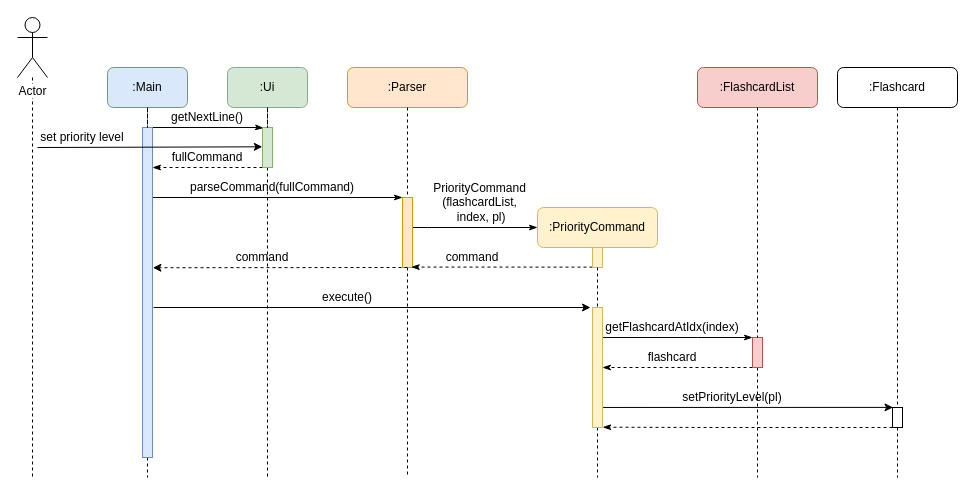
Before: docs/images/setPriorityLevelSequenceDiagram.drawio in sliu107/tp, a draw.io diagram. Source tidied: cells renumbered, new cells numbered last; positions are measured from the earlier drawing's top-left corner, leaving out a move shared by most shapes. Both pictures are drawn from the tidied source at 100%, with x=0, y=0 at pixel (17, 17).
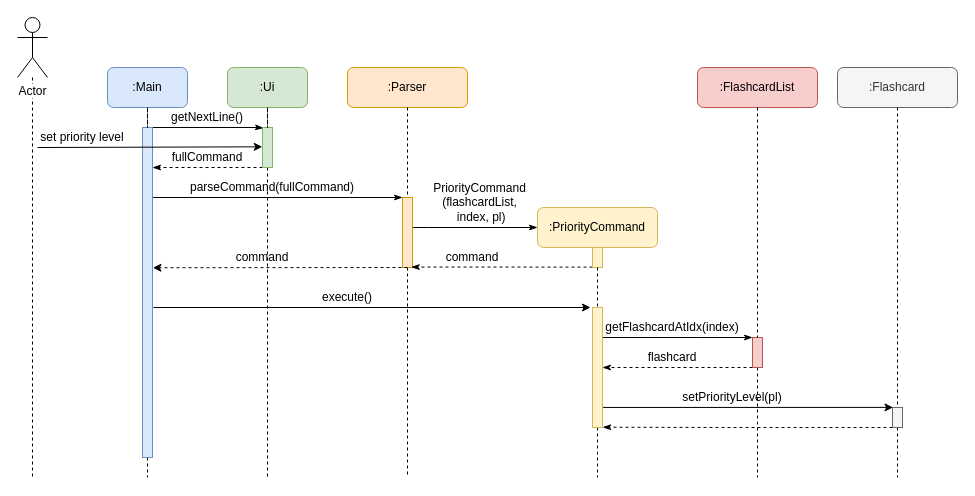
Above is the later version.

Commit message (it also covers changes not shown here):
Add colour to Flashcard

Change to the diagram source:
```diff
@@
-    <mxCell id="44" value=":Flashcard" style="rounded=1;whiteSpace=wrap;html=1;" parent="1" vertex="1">
+    <mxCell id="44" value=":Flashcard" style="rounded=1;whiteSpace=wrap;html=1;fillColor=#f5f5f5;strokeColor=#666666;fontColor=#333333;" parent="1" vertex="1">
       <mxGeometry x="820" y="50" width="120" height="40" as="geometry" />
     </mxCell>
@@
-    <mxCell id="47" style="html=1;points=[];perimeter=orthogonalPerimeter;" parent="1" vertex="1">
+    <mxCell id="47" style="html=1;points=[];perimeter=orthogonalPerimeter;fillColor=#f5f5f5;strokeColor=#666666;fontColor=#333333;" parent="1" vertex="1">
       <mxGeometry x="875" y="390" width="10" height="20" as="geometry" />
     </mxCell>
```
